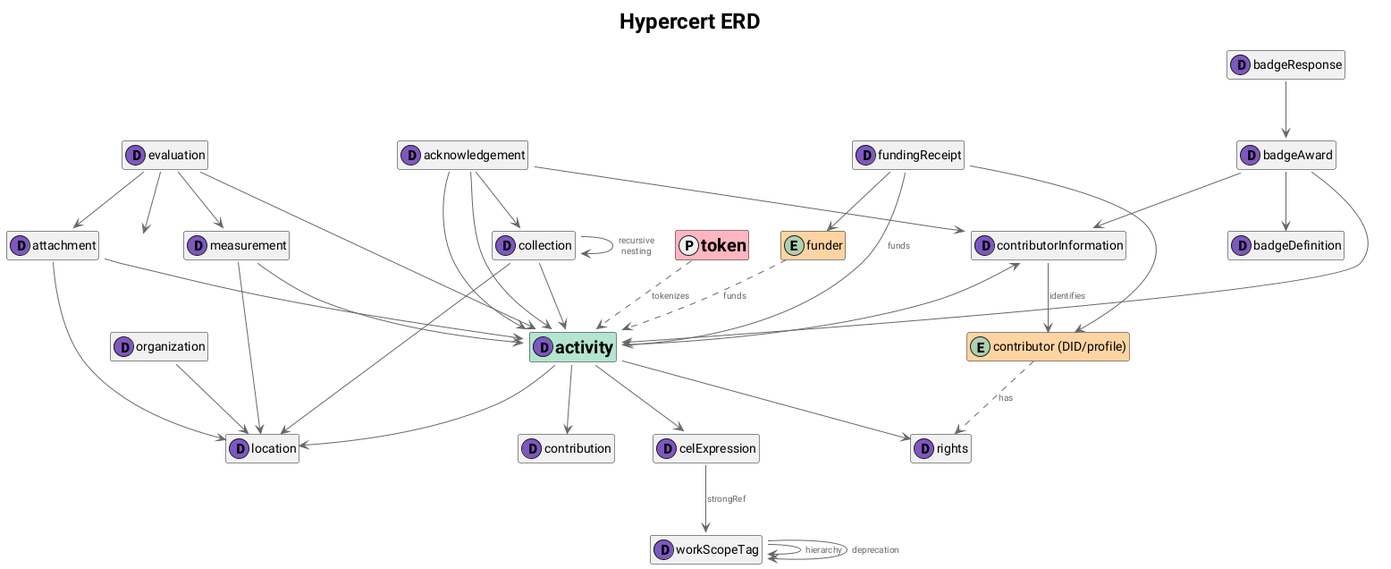
The PlantUML diagram ERD.png in hypercerts-org/hypercerts-lexicon, before a commit.
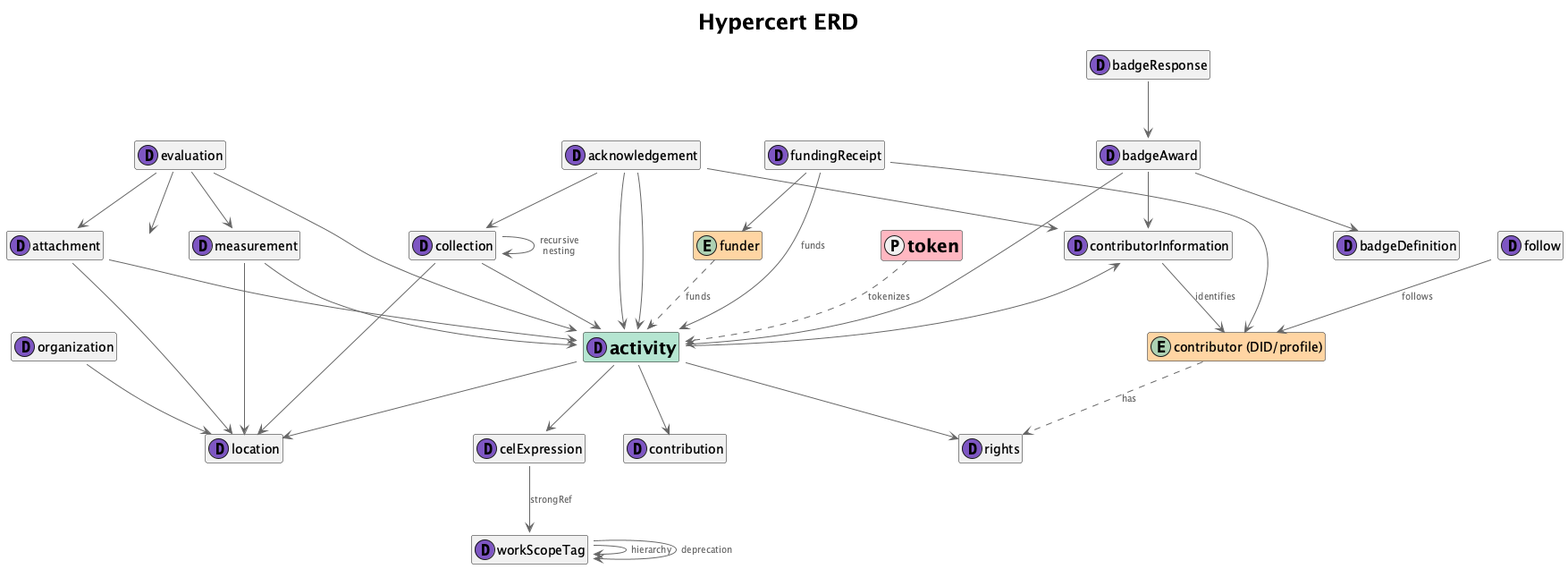
Later version of the same file.

What changed in the source:
```diff
@@ -44,6 +44,8 @@
     urls[]?
     location?
     foundedDate?
+    longDescription?
+    visibility?
     createdAt
     !endif
 }
@@ -149,7 +151,7 @@
     !if (SHOW_FIELDS == "true")
     badgeType
     title
-    icon
+    icon?
     description?
     allowedIssuers[]?
     createdAt
@@ -170,6 +172,14 @@
     badgeAward
     response
     weight?
+    createdAt
+    !endif
+}
+
+dataclass follow {
+    !if (SHOW_FIELDS == "true")
+    subject
+    via?
     createdAt
     !endif
 }
@@ -214,7 +224,7 @@
     type?
     title
     shortDescription?
-    description? (Leaflet ref)
+    description?
     items[]?
     location?
     createdAt
@@ -241,7 +251,7 @@
 dataclass fundingReceipt {
     !if (SHOW_FIELDS == "true")
     to
-    from
+    from?
     for?
     amount
     currency
@@ -332,4 +342,6 @@
 badgeAward::subject --> contributorInformation
 badgeAward::subject --> activity
 
+follow::subject --> contributorEntity : follows
+
 @enduml
```
